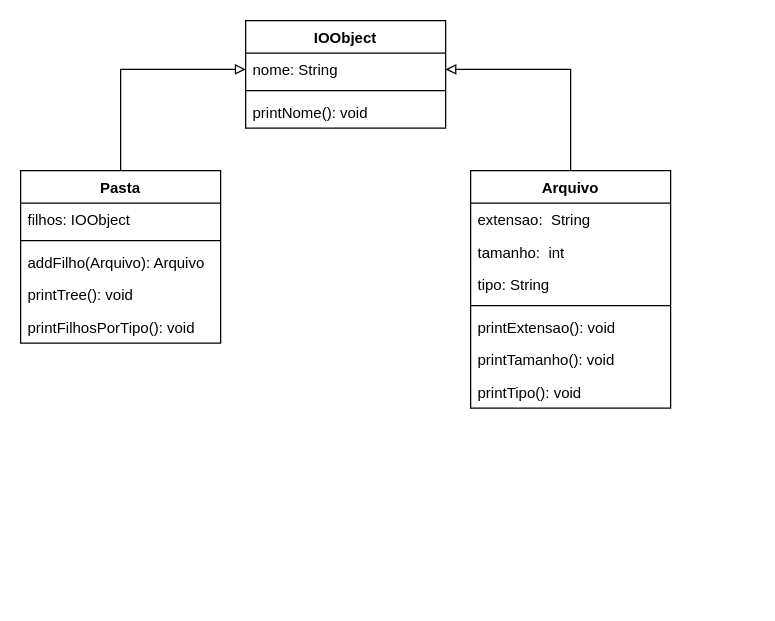
Above: CI1062-1.drawio in kramer2005/CI1062-simples (draw.io), before the change. Source tidied: cells renumbered, new cells numbered last; positions are measured from the earlier drawing's top-left corner, leaving out a move shared by most shapes. Both pictures are drawn from the tidied source at 125%, with x=0, y=0 at pixel (20, 20).
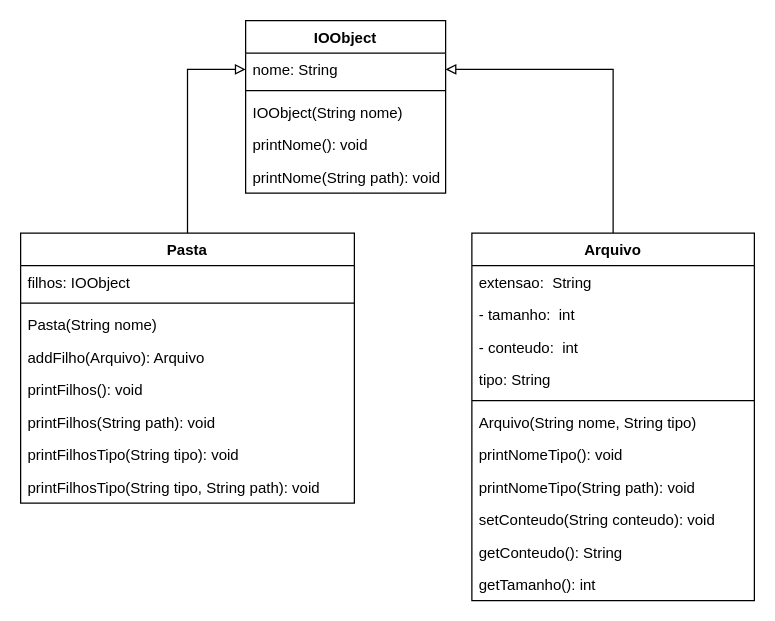
The same diagram, later.

The edit, as a diff of the source:
```diff
@@
     <mxCell id="2" value="IOObject" style="swimlane;fontStyle=1;align=center;verticalAlign=top;horizontal=1;startSize=26;" parent="1" vertex="1">
-      <mxGeometry x="180" width="160" height="86" as="geometry" />
+      <mxGeometry x="180" width="160" height="138" as="geometry" />
     </mxCell>
@@
+    <mxCell id="22" value="IOObject(String nome)" style="text;strokeColor=none;fillColor=none;align=left;verticalAlign=top;spacingLeft=4;spacingRight=4;overflow=hidden;" parent="2" vertex="1">
+      <mxGeometry y="60" width="160" height="26" as="geometry" />
+    </mxCell>
     <mxCell id="5" value="printNome(): void" style="text;strokeColor=none;fillColor=none;align=left;verticalAlign=top;spacingLeft=4;spacingRight=4;overflow=hidden;" parent="2" vertex="1">
-      <mxGeometry y="60" width="160" height="26" as="geometry" />
+      <mxGeometry y="86" width="160" height="26" as="geometry" />
     </mxCell>
+    <mxCell id="23" value="printNome(String path): void" style="text;strokeColor=none;fillColor=none;align=left;verticalAlign=top;spacingLeft=4;spacingRight=4;overflow=hidden;" parent="2" vertex="1">
+      <mxGeometry y="112" width="160" height="26" as="geometry" />
+    </mxCell>
@@
     <mxCell id="7" value="Pasta" style="swimlane;fontStyle=1;align=center;verticalAlign=top;horizontal=1;startSize=26;" parent="1" vertex="1">
-      <mxGeometry y="120" width="160" height="138" as="geometry" />
+      <mxGeometry y="170" width="267" height="216" as="geometry" />
     </mxCell>
     <mxCell id="8" value="filhos: IOObject" style="text;strokeColor=none;fillColor=none;align=left;verticalAlign=top;spacingLeft=4;spacingRight=4;overflow=hidden;" parent="7" vertex="1">
-      <mxGeometry y="26" width="160" height="26" as="geometry" />
+      <mxGeometry y="26" width="267" height="26" as="geometry" />
     </mxCell>
     <mxCell id="9" style="line;strokeWidth=1;fillColor=none;align=left;verticalAlign=middle;spacingTop=-1;spacingLeft=3;spacingRight=3;labelPosition=right;" parent="7" vertex="1">
-      <mxGeometry y="52" width="160" height="8" as="geometry" />
+      <mxGeometry y="52" width="267" height="8" as="geometry" />
     </mxCell>
+    <mxCell id="24" value="Pasta(String nome)" style="text;strokeColor=none;fillColor=none;align=left;verticalAlign=top;spacingLeft=4;spacingRight=4;overflow=hidden;" parent="7" vertex="1">
+      <mxGeometry y="60" width="267" height="26" as="geometry" />
+    </mxCell>
     <mxCell id="10" value="addFilho(Arquivo): Arquivo" style="text;strokeColor=none;fillColor=none;align=left;verticalAlign=top;spacingLeft=4;spacingRight=4;overflow=hidden;" parent="7" vertex="1">
-      <mxGeometry y="60" width="160" height="26" as="geometry" />
+      <mxGeometry y="86" width="267" height="26" as="geometry" />
     </mxCell>
-    <mxCell id="11" value="printTree(): void" style="text;strokeColor=none;fillColor=none;align=left;verticalAlign=top;spacingLeft=4;spacingRight=4;overflow=hidden;" parent="7" vertex="1">
-      <mxGeometry y="86" width="160" height="26" as="geometry" />
+    <mxCell id="11" value="printFilhos(): void" style="text;strokeColor=none;fillColor=none;align=left;verticalAlign=top;spacingLeft=4;spacingRight=4;overflow=hidden;" parent="7" vertex="1">
+      <mxGeometry y="112" width="267" height="26" as="geometry" />
     </mxCell>
-    <mxCell id="12" value="printFilhosPorTipo(): void" style="text;strokeColor=none;fillColor=none;align=left;verticalAlign=top;spacingLeft=4;spacingRight=4;overflow=hidden;" parent="7" vertex="1">
-      <mxGeometry y="112" width="160" height="26" as="geometry" />
+    <mxCell id="12" value="printFilhos(String path): void" style="text;strokeColor=none;fillColor=none;align=left;verticalAlign=top;spacingLeft=4;spacingRight=4;overflow=hidden;" parent="7" vertex="1">
+      <mxGeometry y="138" width="267" height="26" as="geometry" />
     </mxCell>
+    <mxCell id="25" value="printFilhosTipo(String tipo): void" style="text;strokeColor=none;fillColor=none;align=left;verticalAlign=top;spacingLeft=4;spacingRight=4;overflow=hidden;" parent="7" vertex="1">
+      <mxGeometry y="164" width="267" height="26" as="geometry" />
+    </mxCell>
+    <mxCell id="26" value="printFilhosTipo(String tipo, String path): void" style="text;strokeColor=none;fillColor=none;align=left;verticalAlign=top;spacingLeft=4;spacingRight=4;overflow=hidden;" parent="7" vertex="1">
+      <mxGeometry y="190" width="267" height="26" as="geometry" />
+    </mxCell>
@@
     <mxCell id="14" value="Arquivo" style="swimlane;fontStyle=1;align=center;verticalAlign=top;horizontal=1;startSize=26;" parent="1" vertex="1">
-      <mxGeometry x="360" y="120" width="160" height="190" as="geometry" />
+      <mxGeometry x="361" y="170" width="226" height="294" as="geometry" />
     </mxCell>
     <mxCell id="15" value="extensao:  String" style="text;strokeColor=none;fillColor=none;align=left;verticalAlign=top;spacingLeft=4;spacingRight=4;overflow=hidden;" parent="14" vertex="1">
-      <mxGeometry y="26" width="160" height="26" as="geometry" />
+      <mxGeometry y="26" width="226" height="26" as="geometry" />
     </mxCell>
-    <mxCell id="16" value="tamanho:  int" style="text;strokeColor=none;fillColor=none;align=left;verticalAlign=top;spacingLeft=4;spacingRight=4;overflow=hidden;" parent="14" vertex="1">
-      <mxGeometry y="52" width="160" height="26" as="geometry" />
+    <mxCell id="16" value="- tamanho:  int" style="text;strokeColor=none;fillColor=none;align=left;verticalAlign=top;spacingLeft=4;spacingRight=4;overflow=hidden;" parent="14" vertex="1">
+      <mxGeometry y="52" width="226" height="26" as="geometry" />
     </mxCell>
+    <mxCell id="27" value="- conteudo:  int" style="text;strokeColor=none;fillColor=none;align=left;verticalAlign=top;spacingLeft=4;spacingRight=4;overflow=hidden;" parent="14" vertex="1">
+      <mxGeometry y="78" width="226" height="26" as="geometry" />
+    </mxCell>
     <mxCell id="17" value="tipo: String" style="text;strokeColor=none;fillColor=none;align=left;verticalAlign=top;spacingLeft=4;spacingRight=4;overflow=hidden;" parent="14" vertex="1">
-      <mxGeometry y="78" width="160" height="26" as="geometry" />
+      <mxGeometry y="104" width="226" height="26" as="geometry" />
     </mxCell>
     <mxCell id="18" style="line;strokeWidth=1;fillColor=none;align=left;verticalAlign=middle;spacingTop=-1;spacingLeft=3;spacingRight=3;labelPosition=right;" parent="14" vertex="1">
-      <mxGeometry y="104" width="160" height="8" as="geometry" />
+      <mxGeometry y="130" width="226" height="8" as="geometry" />
     </mxCell>
-    <mxCell id="19" value="printExtensao(): void" style="text;strokeColor=none;fillColor=none;align=left;verticalAlign=top;spacingLeft=4;spacingRight=4;overflow=hidden;" parent="14" vertex="1">
-      <mxGeometry y="112" width="160" height="26" as="geometry" />
-    </mxCell>
-    <mxCell id="20" value="printTamanho(): void" style="text;strokeColor=none;fillColor=none;align=left;verticalAlign=top;spacingLeft=4;spacingRight=4;overflow=hidden;" parent="14" vertex="1">
-      <mxGeometry y="138" width="160" height="26" as="geometry" />
-    </mxCell>
-    <mxCell id="21" value="printTipo(): void" style="text;strokeColor=none;fillColor=none;align=left;verticalAlign=top;spacingLeft=4;spacingRight=4;overflow=hidden;" parent="14" vertex="1">
-      <mxGeometry y="164" width="160" height="26" as="geometry" />
+    <mxCell id="21" value="Arquivo(String nome, String tipo)" style="text;strokeColor=none;fillColor=none;align=left;verticalAlign=top;spacingLeft=4;spacingRight=4;overflow=hidden;" parent="14" vertex="1">
+      <mxGeometry y="138" width="226" height="26" as="geometry" />
     </mxCell>
+    <mxCell id="28" value="printNomeTipo(): void" style="text;strokeColor=none;fillColor=none;align=left;verticalAlign=top;spacingLeft=4;spacingRight=4;overflow=hidden;" parent="14" vertex="1">
+      <mxGeometry y="164" width="226" height="26" as="geometry" />
+    </mxCell>
+    <mxCell id="29" value="printNomeTipo(String path): void" style="text;strokeColor=none;fillColor=none;align=left;verticalAlign=top;spacingLeft=4;spacingRight=4;overflow=hidden;" parent="14" vertex="1">
+      <mxGeometry y="190" width="226" height="26" as="geometry" />
+    </mxCell>
+    <mxCell id="30" value="setConteudo(String conteudo): void" style="text;strokeColor=none;fillColor=none;align=left;verticalAlign=top;spacingLeft=4;spacingRight=4;overflow=hidden;" parent="14" vertex="1">
+      <mxGeometry y="216" width="226" height="26" as="geometry" />
+    </mxCell>
+    <mxCell id="31" value="getConteudo(): String" style="text;strokeColor=none;fillColor=none;align=left;verticalAlign=top;spacingLeft=4;spacingRight=4;overflow=hidden;" parent="14" vertex="1">
+      <mxGeometry y="242" width="226" height="26" as="geometry" />
+    </mxCell>
+    <mxCell id="32" value="getTamanho(): int" style="text;strokeColor=none;fillColor=none;align=left;verticalAlign=top;spacingLeft=4;spacingRight=4;overflow=hidden;" parent="14" vertex="1">
+      <mxGeometry y="268" width="226" height="26" as="geometry" />
+    </mxCell>
```
